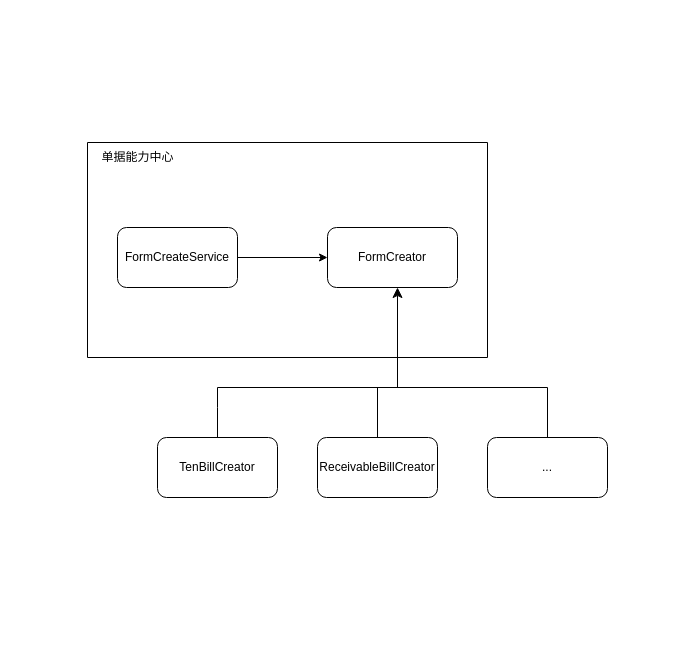
Earlier version of the draw.io diagram 单据创建.drawio (lionli/weekgit). Source tidied: cells renumbered, new cells numbered last; positions are measured from the earlier drawing's top-left corner, leaving out a move shared by most shapes. Both pictures are drawn from the tidied source at 100%, with x=0, y=0 at pixel (87, 142).
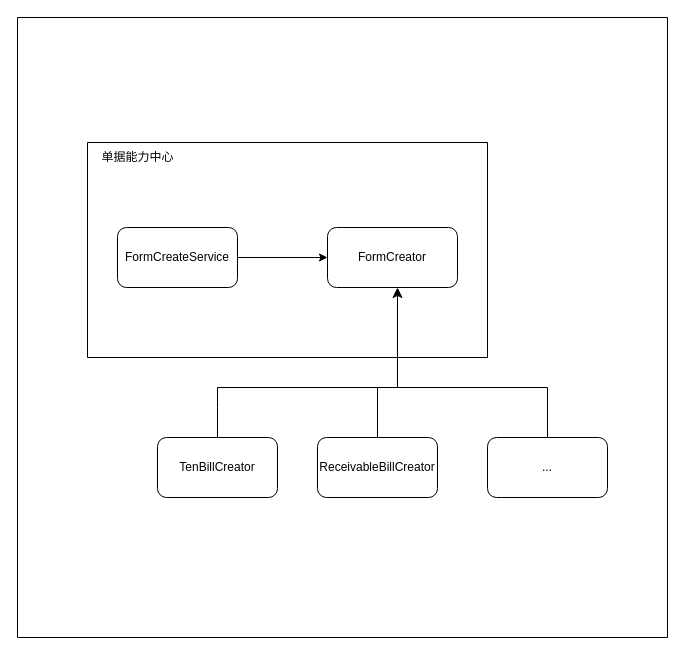
The same page after the edit.

Commit message (it also covers changes not shown here):
更新单据创建.drawio

The edit, as a diff of the source:
```diff
@@
+    <mxCell id="15" style="swimlane;startSize=0;" parent="1" vertex="1">
+      <mxGeometry x="-70" y="-125" width="650" height="620" as="geometry" />
+    </mxCell>
```
